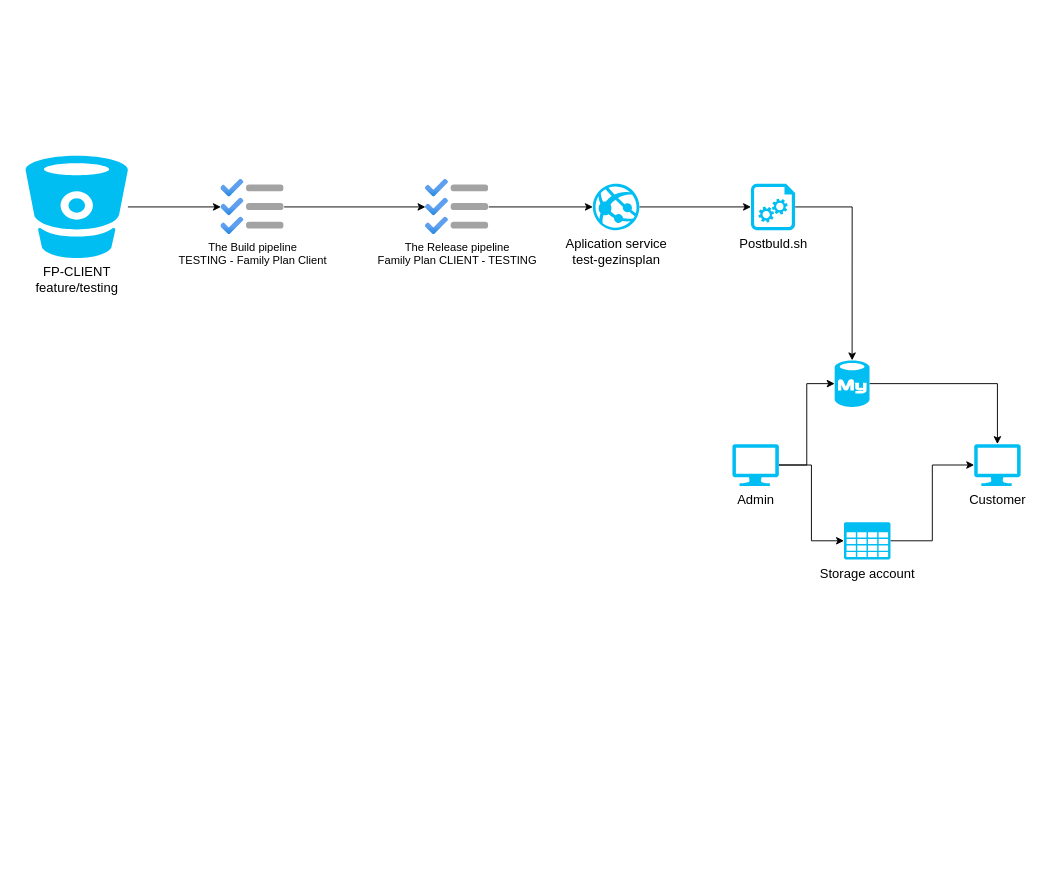
Earlier version of the draw.io diagram Untitled Diagram.drawio (Klerith/legion-del-mal). Source tidied: cells renumbered, new cells numbered last; positions are measured from the earlier drawing's top-left corner, leaving out a move shared by most shapes. Both pictures are drawn from the tidied source at 93%, with x=0, y=0 at pixel (25, 155).
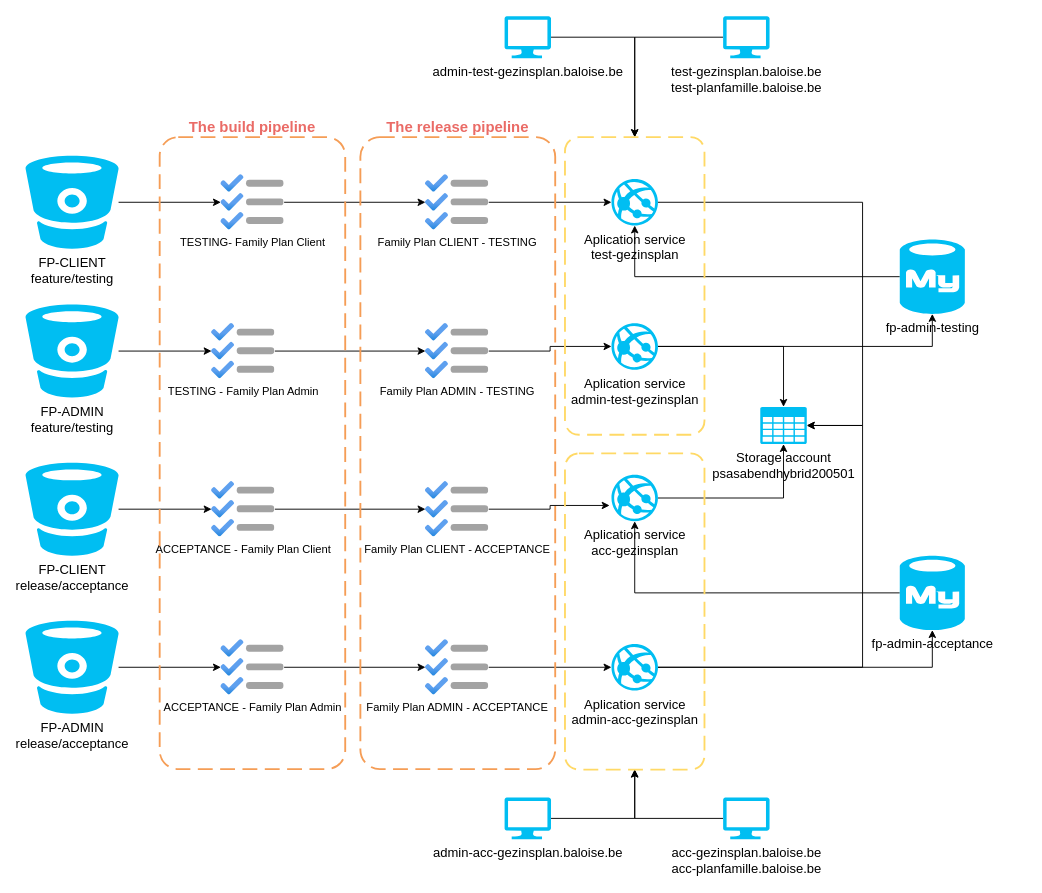
After the change.

What changed in the source:
```diff
@@
     <mxCell id="3" value="&lt;div&gt;FP-CLIENT&lt;br&gt;&lt;/div&gt;&lt;div&gt;feature/testing&lt;/div&gt;" style="verticalLabelPosition=bottom;html=1;verticalAlign=top;align=center;strokeColor=none;fillColor=#00BEF2;shape=mxgraph.azure.bitbucket_code_source;fontSize=14;" parent="1" vertex="1">
-      <mxGeometry width="110" height="110" as="geometry" />
+      <mxGeometry width="100" height="100" as="geometry" />
     </mxCell>
-    <mxCell id="4" style="edgeStyle=orthogonalEdgeStyle;rounded=0;jettySize=auto;html=1;entryX=0;entryY=0.5;entryDx=0;entryDy=0;entryPerimeter=0;fontSize=14;" parent="1" edge="1" source="5" target="9">
-      <mxGeometry relative="1" as="geometry" />
-    </mxCell>
+    <mxCell id="20" style="edgeStyle=orthogonalEdgeStyle;rounded=0;jettySize=auto;html=1;fontSize=14;" parent="1" edge="1" source="5" target="11">
+      <mxGeometry relative="1" as="geometry" />
+    </mxCell>
-    <mxCell id="5" value="&lt;div&gt;Aplication service&lt;/div&gt;&lt;div&gt;test-gezinsplan&lt;br&gt;&lt;/div&gt;" style="verticalLabelPosition=bottom;html=1;verticalAlign=top;align=center;strokeColor=none;fillColor=#00BEF2;shape=mxgraph.azure.azure_website;fontSize=14;" parent="1" vertex="1">
-      <mxGeometry x="610" y="30" width="50" height="50" as="geometry" />
+    <mxCell id="5" value="&lt;div&gt;Aplication service&lt;/div&gt;&lt;div&gt;acc-gezinsplan&lt;br&gt;&lt;/div&gt;" style="verticalLabelPosition=bottom;html=1;verticalAlign=top;align=center;strokeColor=none;fillColor=#00BEF2;shape=mxgraph.azure.azure_website;fontSize=14;" parent="1" vertex="1">
+      <mxGeometry x="630" y="343" width="50" height="50" as="geometry" />
     </mxCell>
-    <mxCell id="6" style="edgeStyle=orthogonalEdgeStyle;rounded=0;jettySize=auto;html=1;entryX=0.5;entryY=0;entryDx=0;entryDy=0;entryPerimeter=0;fontSize=14;" parent="1" edge="1" source="7" target="19">
-      <mxGeometry relative="1" as="geometry" />
-    </mxCell>
+    <mxCell id="21" style="edgeStyle=orthogonalEdgeStyle;rounded=0;jettySize=auto;html=1;fontSize=14;" parent="1" edge="1" source="7" target="5">
+      <mxGeometry relative="1" as="geometry" />
+    </mxCell>
-    <mxCell id="7" style="verticalLabelPosition=bottom;html=1;verticalAlign=top;align=center;strokeColor=none;fillColor=#00BEF2;shape=mxgraph.azure.mysql_database;fontSize=14;" parent="1" vertex="1">
-      <mxGeometry x="870" y="220" width="37.5" height="50" as="geometry" />
+    <mxCell id="7" value="fp-admin-acceptance" style="verticalLabelPosition=bottom;html=1;verticalAlign=top;align=center;strokeColor=none;fillColor=#00BEF2;shape=mxgraph.azure.mysql_database;fontSize=14;" parent="1" vertex="1">
+      <mxGeometry x="940" y="430" width="70" height="80" as="geometry" />
     </mxCell>
-    <mxCell id="8" style="edgeStyle=orthogonalEdgeStyle;rounded=0;jettySize=auto;html=1;fontSize=14;entryX=0.5;entryY=0;entryDx=0;entryDy=0;entryPerimeter=0;" parent="1" edge="1" source="9" target="7">
-      <mxGeometry relative="1" as="geometry" />
-    </mxCell>
-    <mxCell id="9" value="Postbuld.sh" style="verticalLabelPosition=bottom;html=1;verticalAlign=top;align=center;strokeColor=none;fillColor=#00BEF2;shape=mxgraph.azure.startup_task;fontSize=14;" parent="1" vertex="1">
-      <mxGeometry x="780" y="30" width="47.5" height="50" as="geometry" />
-    </mxCell>
-    <mxCell id="10" style="edgeStyle=orthogonalEdgeStyle;rounded=0;jettySize=auto;html=1;entryX=0;entryY=0.5;entryDx=0;entryDy=0;entryPerimeter=0;fontSize=14;" parent="1" edge="1" source="11" target="19">
-      <mxGeometry relative="1" as="geometry" />
-    </mxCell>
-    <mxCell id="11" value="Storage account" style="verticalLabelPosition=bottom;html=1;verticalAlign=top;align=center;strokeColor=none;fillColor=#00BEF2;shape=mxgraph.azure.storage;fontSize=14;" parent="1" vertex="1">
-      <mxGeometry x="880" y="394" width="50" height="40" as="geometry" />
+    <mxCell id="11" value="&lt;div&gt;Storage account&lt;/div&gt;&lt;div&gt;psasabendhybrid200501&lt;br&gt;&lt;/div&gt;&lt;div&gt;&lt;br&gt;&lt;/div&gt;" style="verticalLabelPosition=bottom;html=1;verticalAlign=top;align=center;strokeColor=none;fillColor=#00BEF2;shape=mxgraph.azure.storage;fontSize=14;" parent="1" vertex="1">
+      <mxGeometry x="790" y="270" width="50" height="40" as="geometry" />
     </mxCell>
@@
-    <mxCell id="13" value="&lt;div&gt;The Build pipeline&lt;/div&gt;&lt;div&gt;TESTING - Family Plan Client&lt;br&gt;&lt;/div&gt;" style="html=1;points=[];align=center;image;fontSize=12;image=img/lib/azure2/general/Backlog.svg;" parent="1" vertex="1">
-      <mxGeometry x="210" y="25" width="68" height="60" as="geometry" />
+    <mxCell id="13" value="&lt;div&gt;TESTING- Family Plan Client&lt;br&gt;&lt;/div&gt;" style="html=1;points=[];align=center;image;fontSize=12;image=img/lib/azure2/general/Backlog.svg;" parent="1" vertex="1">
+      <mxGeometry x="210" y="20" width="68" height="60" as="geometry" />
     </mxCell>
-    <mxCell id="14" style="edgeStyle=orthogonalEdgeStyle;rounded=0;jettySize=auto;html=1;fontSize=14;" parent="1" edge="1" source="15" target="5">
-      <mxGeometry relative="1" as="geometry" />
-    </mxCell>
+    <mxCell id="22" style="edgeStyle=orthogonalEdgeStyle;rounded=0;jettySize=auto;html=1;entryX=0;entryY=0.5;entryDx=0;entryDy=0;entryPerimeter=0;fontSize=14;" parent="1" edge="1" source="15" target="46">
+      <mxGeometry relative="1" as="geometry" />
+    </mxCell>
-    <mxCell id="15" value="&lt;div&gt;The Release pipeline&lt;/div&gt;&lt;div&gt;Family Plan CLIENT - TESTING&lt;/div&gt;" style="html=1;points=[];align=center;image;fontSize=12;image=img/lib/azure2/general/Backlog.svg;" parent="1" vertex="1">
-      <mxGeometry x="430" y="25" width="68" height="60" as="geometry" />
+    <mxCell id="15" value="&lt;div&gt;Family Plan CLIENT - TESTING&lt;/div&gt;" style="html=1;points=[];align=center;image;fontSize=12;image=img/lib/azure2/general/Backlog.svg;" parent="1" vertex="1">
+      <mxGeometry x="430" y="20" width="68" height="60" as="geometry" />
     </mxCell>
-    <mxCell id="16" style="edgeStyle=orthogonalEdgeStyle;rounded=0;jettySize=auto;html=1;entryX=0;entryY=0.5;entryDx=0;entryDy=0;entryPerimeter=0;fontSize=14;" parent="1" edge="1" source="18" target="7">
-      <mxGeometry relative="1" as="geometry" />
-    </mxCell>
-    <mxCell id="17" style="edgeStyle=orthogonalEdgeStyle;rounded=0;jettySize=auto;html=1;entryX=0;entryY=0.5;entryDx=0;entryDy=0;entryPerimeter=0;fontSize=14;" parent="1" edge="1" source="18" target="11">
-      <mxGeometry relative="1" as="geometry" />
-    </mxCell>
+    <mxCell id="23" style="edgeStyle=orthogonalEdgeStyle;rounded=0;jettySize=auto;html=1;entryX=0.5;entryY=0;entryDx=0;entryDy=0;fontSize=16;fontColor=#EA6B66;" parent="1" edge="1" source="18" target="60">
+      <mxGeometry relative="1" as="geometry" />
+    </mxCell>
-    <mxCell id="18" value="Admin" style="verticalLabelPosition=bottom;html=1;verticalAlign=top;align=center;strokeColor=none;fillColor=#00BEF2;shape=mxgraph.azure.computer;fontSize=14;" parent="1" vertex="1">
-      <mxGeometry x="760" y="310" width="50" height="45" as="geometry" />
+    <mxCell id="18" value="admin-test-gezinsplan.baloise.be" style="verticalLabelPosition=bottom;html=1;verticalAlign=top;align=center;strokeColor=none;fillColor=#00BEF2;shape=mxgraph.azure.computer;fontSize=14;" parent="1" vertex="1">
+      <mxGeometry x="515" y="-150" width="50" height="45" as="geometry" />
     </mxCell>
-    <mxCell id="19" value="Customer" style="verticalLabelPosition=bottom;html=1;verticalAlign=top;align=center;strokeColor=none;fillColor=#00BEF2;shape=mxgraph.azure.computer;fontSize=14;" parent="1" vertex="1">
-      <mxGeometry x="1020" y="310" width="50" height="45" as="geometry" />
-    </mxCell>
+    <mxCell id="24" style="edgeStyle=orthogonalEdgeStyle;rounded=0;jettySize=auto;html=1;fontSize=14;" parent="1" edge="1" source="25" target="27">
+      <mxGeometry relative="1" as="geometry" />
+    </mxCell>
+    <mxCell id="25" value="&lt;div&gt;FP-CLIENT&lt;br&gt;&lt;/div&gt;&lt;div&gt;release/acceptance&lt;br&gt;&lt;/div&gt;" style="verticalLabelPosition=bottom;html=1;verticalAlign=top;align=center;strokeColor=none;fillColor=#00BEF2;shape=mxgraph.azure.bitbucket_code_source;fontSize=14;" parent="1" vertex="1">
+      <mxGeometry y="330" width="100" height="100" as="geometry" />
+    </mxCell>
+    <mxCell id="26" style="edgeStyle=orthogonalEdgeStyle;rounded=0;jettySize=auto;html=1;fontSize=14;" parent="1" edge="1" source="27" target="29">
+      <mxGeometry relative="1" as="geometry" />
+    </mxCell>
+    <mxCell id="27" value="&lt;div&gt;ACCEPTANCE - Family Plan Client&lt;br&gt;&lt;/div&gt;" style="html=1;points=[];align=center;image;fontSize=12;image=img/lib/azure2/general/Backlog.svg;" parent="1" vertex="1">
+      <mxGeometry x="200" y="350" width="68" height="60" as="geometry" />
+    </mxCell>
+    <mxCell id="28" style="edgeStyle=orthogonalEdgeStyle;rounded=0;jettySize=auto;html=1;entryX=-0.04;entryY=0.66;entryDx=0;entryDy=0;entryPerimeter=0;fontSize=14;" parent="1" edge="1" source="29" target="5">
+      <mxGeometry relative="1" as="geometry" />
+    </mxCell>
+    <mxCell id="29" value="&lt;div&gt;Family Plan CLIENT - ACCEPTANCE&lt;br&gt;&lt;/div&gt;" style="html=1;points=[];align=center;image;fontSize=12;image=img/lib/azure2/general/Backlog.svg;" parent="1" vertex="1">
+      <mxGeometry x="430" y="350" width="68" height="60" as="geometry" />
+    </mxCell>
+    <mxCell id="30" style="edgeStyle=orthogonalEdgeStyle;rounded=0;jettySize=auto;html=1;fontSize=14;" parent="1" edge="1" source="31" target="37">
+      <mxGeometry relative="1" as="geometry" />
+    </mxCell>
+    <mxCell id="31" value="&lt;div&gt;FP-ADMIN&lt;br&gt;&lt;/div&gt;&lt;div&gt;release/acceptance&lt;br&gt;&lt;/div&gt;" style="verticalLabelPosition=bottom;html=1;verticalAlign=top;align=center;strokeColor=none;fillColor=#00BEF2;shape=mxgraph.azure.bitbucket_code_source;fontSize=14;" parent="1" vertex="1">
+      <mxGeometry y="500" width="100" height="100" as="geometry" />
+    </mxCell>
+    <mxCell id="32" style="edgeStyle=orthogonalEdgeStyle;rounded=0;jettySize=auto;html=1;fontSize=14;" parent="1" edge="1" source="33" target="35">
+      <mxGeometry relative="1" as="geometry" />
+    </mxCell>
+    <mxCell id="33" value="&lt;div&gt;FP-ADMIN&lt;br&gt;&lt;/div&gt;&lt;div&gt;feature/testing&lt;/div&gt;" style="verticalLabelPosition=bottom;html=1;verticalAlign=top;align=center;strokeColor=none;fillColor=#00BEF2;shape=mxgraph.azure.bitbucket_code_source;fontSize=14;" parent="1" vertex="1">
+      <mxGeometry y="160" width="100" height="100" as="geometry" />
+    </mxCell>
+    <mxCell id="34" style="edgeStyle=orthogonalEdgeStyle;rounded=0;jettySize=auto;html=1;fontSize=14;" parent="1" edge="1" source="35" target="39">
+      <mxGeometry relative="1" as="geometry" />
+    </mxCell>
+    <mxCell id="35" value="&lt;div&gt;TESTING - Family Plan Admin&lt;br&gt;&lt;/div&gt;" style="html=1;points=[];align=center;image;fontSize=12;image=img/lib/azure2/general/Backlog.svg;" parent="1" vertex="1">
+      <mxGeometry x="200" y="180" width="68" height="60" as="geometry" />
+    </mxCell>
+    <mxCell id="36" style="edgeStyle=orthogonalEdgeStyle;rounded=0;jettySize=auto;html=1;fontSize=14;" parent="1" edge="1" source="37" target="41">
+      <mxGeometry relative="1" as="geometry" />
+    </mxCell>
+    <mxCell id="37" value="&lt;div&gt;ACCEPTANCE - Family Plan Admin&lt;br&gt;&lt;/div&gt;" style="html=1;points=[];align=center;image;fontSize=12;image=img/lib/azure2/general/Backlog.svg;" parent="1" vertex="1">
+      <mxGeometry x="210" y="520" width="68" height="60" as="geometry" />
+    </mxCell>
+    <mxCell id="38" style="edgeStyle=orthogonalEdgeStyle;rounded=0;jettySize=auto;html=1;entryX=0;entryY=0.5;entryDx=0;entryDy=0;entryPerimeter=0;fontSize=14;" parent="1" edge="1" source="39" target="51">
+      <mxGeometry relative="1" as="geometry" />
+    </mxCell>
+    <mxCell id="39" value="&lt;div&gt;Family Plan ADMIN - TESTING&lt;/div&gt;" style="html=1;points=[];align=center;image;fontSize=12;image=img/lib/azure2/general/Backlog.svg;" parent="1" vertex="1">
+      <mxGeometry x="430" y="180" width="68" height="60" as="geometry" />
+    </mxCell>
+    <mxCell id="40" style="edgeStyle=orthogonalEdgeStyle;rounded=0;jettySize=auto;html=1;entryX=0;entryY=0.5;entryDx=0;entryDy=0;entryPerimeter=0;fontSize=14;" parent="1" edge="1" source="41" target="44">
+      <mxGeometry relative="1" as="geometry" />
+    </mxCell>
+    <mxCell id="41" value="&lt;div&gt;Family Plan ADMIN - ACCEPTANCE&lt;br&gt;&lt;/div&gt;" style="html=1;points=[];align=center;image;fontSize=12;image=img/lib/azure2/general/Backlog.svg;" parent="1" vertex="1">
+      <mxGeometry x="430" y="520" width="68" height="60" as="geometry" />
+    </mxCell>
+    <mxCell id="42" style="edgeStyle=orthogonalEdgeStyle;rounded=0;jettySize=auto;html=1;fontSize=14;" parent="1" edge="1" source="44" target="7">
+      <mxGeometry relative="1" as="geometry" />
+    </mxCell>
+    <mxCell id="43" style="edgeStyle=orthogonalEdgeStyle;rounded=0;jettySize=auto;html=1;entryX=1;entryY=0.5;entryDx=0;entryDy=0;entryPerimeter=0;fontSize=14;" parent="1" edge="1" source="44" target="11">
+      <mxGeometry relative="1" as="geometry">
+        <Array as="points">
+          <mxPoint x="900" y="550" />
+          <mxPoint x="900" y="290" />
+        </Array>
+      </mxGeometry>
+    </mxCell>
+    <mxCell id="44" value="&lt;div&gt;Aplication service&lt;/div&gt;&lt;div&gt;admin-acc-gezinsplan&lt;br&gt;&lt;/div&gt;" style="verticalLabelPosition=bottom;html=1;verticalAlign=top;align=center;strokeColor=none;fillColor=#00BEF2;shape=mxgraph.azure.azure_website;fontSize=14;" parent="1" vertex="1">
+      <mxGeometry x="630" y="525" width="50" height="50" as="geometry" />
+    </mxCell>
+    <mxCell id="45" style="edgeStyle=orthogonalEdgeStyle;rounded=0;jettySize=auto;html=1;entryX=1;entryY=0.5;entryDx=0;entryDy=0;entryPerimeter=0;fontSize=14;" parent="1" edge="1" source="46" target="11">
+      <mxGeometry relative="1" as="geometry">
+        <Array as="points">
+          <mxPoint x="900" y="50" />
+          <mxPoint x="900" y="290" />
+        </Array>
+      </mxGeometry>
+    </mxCell>
+    <mxCell id="46" value="&lt;div&gt;Aplication service&lt;/div&gt;&lt;div&gt;test-gezinsplan&lt;br&gt;&lt;/div&gt;" style="verticalLabelPosition=bottom;html=1;verticalAlign=top;align=center;strokeColor=none;fillColor=#00BEF2;shape=mxgraph.azure.azure_website;fontSize=14;" parent="1" vertex="1">
+      <mxGeometry x="630" y="25" width="50" height="50" as="geometry" />
+    </mxCell>
+    <mxCell id="47" style="edgeStyle=orthogonalEdgeStyle;rounded=0;jettySize=auto;html=1;entryX=0.5;entryY=1;entryDx=0;entryDy=0;entryPerimeter=0;fontSize=14;" parent="1" edge="1" source="48" target="46">
+      <mxGeometry relative="1" as="geometry" />
+    </mxCell>
+    <mxCell id="48" value="fp-admin-testing" style="verticalLabelPosition=bottom;html=1;verticalAlign=top;align=center;strokeColor=none;fillColor=#00BEF2;shape=mxgraph.azure.mysql_database;fontSize=14;" parent="1" vertex="1">
+      <mxGeometry x="940" y="90" width="70" height="80" as="geometry" />
+    </mxCell>
+    <mxCell id="49" style="edgeStyle=orthogonalEdgeStyle;rounded=0;jettySize=auto;html=1;entryX=0.5;entryY=0;entryDx=0;entryDy=0;entryPerimeter=0;fontSize=14;" parent="1" edge="1" source="51" target="11">
+      <mxGeometry relative="1" as="geometry" />
+    </mxCell>
+    <mxCell id="50" style="edgeStyle=orthogonalEdgeStyle;rounded=0;jettySize=auto;html=1;fontSize=14;" parent="1" edge="1" source="51" target="48">
+      <mxGeometry relative="1" as="geometry" />
+    </mxCell>
+    <mxCell id="51" value="&lt;div&gt;Aplication service&lt;/div&gt;&lt;div&gt;admin-test-gezinsplan&lt;br&gt;&lt;/div&gt;" style="verticalLabelPosition=bottom;html=1;verticalAlign=top;align=center;strokeColor=none;fillColor=#00BEF2;shape=mxgraph.azure.azure_website;fontSize=14;" parent="1" vertex="1">
+      <mxGeometry x="630" y="180" width="50" height="50" as="geometry" />
+    </mxCell>
+    <mxCell id="52" value="The build pipeline" style="rounded=1;arcSize=10;dashed=1;strokeColor=#F59D56;fillColor=none;gradientColor=none;dashPattern=8 4;strokeWidth=2;fontSize=16;fontColor=#EA6B66;fontStyle=1;labelPosition=center;verticalLabelPosition=top;align=center;verticalAlign=bottom;" parent="1" vertex="1">
+      <mxGeometry x="144.2" y="-20" width="199.5" height="679.5" as="geometry" />
+    </mxCell>
+    <mxCell id="53" value="The release pipeline" style="rounded=1;arcSize=10;dashed=1;strokeColor=#F59D56;fillColor=none;gradientColor=none;dashPattern=8 4;strokeWidth=2;fontSize=16;fontColor=#EA6B66;fontStyle=1;labelPosition=center;verticalLabelPosition=top;align=center;verticalAlign=bottom;" parent="1" vertex="1">
+      <mxGeometry x="360" y="-20" width="209.5" height="679.5" as="geometry" />
+    </mxCell>
+    <mxCell id="54" style="edgeStyle=orthogonalEdgeStyle;rounded=0;jettySize=auto;html=1;entryX=0.5;entryY=0;entryDx=0;entryDy=0;fontSize=16;fontColor=#EA6B66;" parent="1" edge="1" source="55" target="60">
+      <mxGeometry relative="1" as="geometry" />
+    </mxCell>
+    <mxCell id="55" value="&lt;div&gt;test-gezinsplan.baloise.be&lt;/div&gt;&lt;div&gt;test-planfamille.baloise.be&lt;br&gt;&lt;/div&gt;" style="verticalLabelPosition=bottom;html=1;verticalAlign=top;align=center;strokeColor=none;fillColor=#00BEF2;shape=mxgraph.azure.computer;fontSize=14;" parent="1" vertex="1">
+      <mxGeometry x="750" y="-150" width="50" height="45" as="geometry" />
+    </mxCell>
+    <mxCell id="56" style="edgeStyle=orthogonalEdgeStyle;rounded=0;jettySize=auto;html=1;entryX=0.5;entryY=1;entryDx=0;entryDy=0;fontSize=16;fontColor=#EA6B66;" parent="1" edge="1" source="57" target="61">
+      <mxGeometry relative="1" as="geometry" />
+    </mxCell>
+    <mxCell id="57" value="admin-acc-gezinsplan.baloise.be" style="verticalLabelPosition=bottom;html=1;verticalAlign=top;align=center;strokeColor=none;fillColor=#00BEF2;shape=mxgraph.azure.computer;fontSize=14;" parent="1" vertex="1">
+      <mxGeometry x="515" y="690" width="50" height="45" as="geometry" />
+    </mxCell>
+    <mxCell id="58" style="edgeStyle=orthogonalEdgeStyle;rounded=0;jettySize=auto;html=1;fontSize=16;fontColor=#EA6B66;" parent="1" edge="1" source="59" target="61">
+      <mxGeometry relative="1" as="geometry" />
+    </mxCell>
+    <mxCell id="59" value="&lt;div&gt;acc-gezinsplan.baloise.be&lt;/div&gt;&lt;div&gt;acc-planfamille.baloise.be&lt;br&gt;&lt;/div&gt;" style="verticalLabelPosition=bottom;html=1;verticalAlign=top;align=center;strokeColor=none;fillColor=#00BEF2;shape=mxgraph.azure.computer;fontSize=14;" parent="1" vertex="1">
+      <mxGeometry x="750" y="690" width="50" height="45" as="geometry" />
+    </mxCell>
+    <mxCell id="60" style="rounded=1;arcSize=10;dashed=1;fillColor=none;gradientColor=none;dashPattern=8 4;strokeWidth=2;fontSize=16;fontColor=#EA6B66;strokeColor=#FFD966;" parent="1" vertex="1">
+      <mxGeometry x="580" y="-20" width="150" height="320" as="geometry" />
+    </mxCell>
+    <mxCell id="61" style="rounded=1;arcSize=10;dashed=1;fillColor=none;gradientColor=none;dashPattern=8 4;strokeWidth=2;fontSize=16;fontColor=#EA6B66;strokeColor=#FFD966;" parent="1" vertex="1">
+      <mxGeometry x="580" y="320" width="150" height="340" as="geometry" />
+    </mxCell>
```
